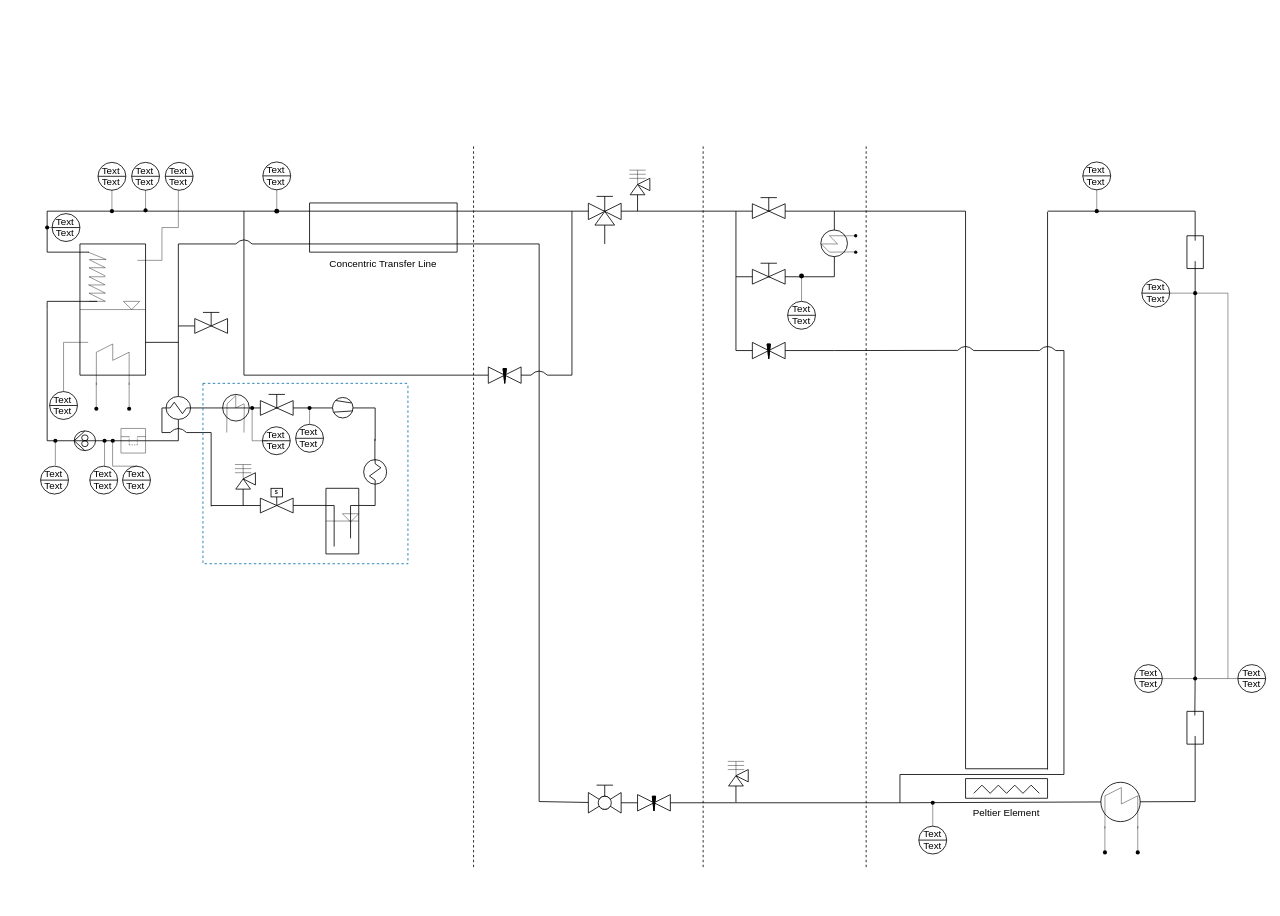
PK-4EDU/PID keeps this draw.io diagram as MIRA.drawio. Above is the earlier version. Source tidied: cells renumbered, new cells numbered last; positions are measured from the earlier drawing's top-left corner, leaving out a move shared by most shapes. Both pictures are drawn from the tidied source at 82%, with x=0, y=0 at pixel (14, 14).
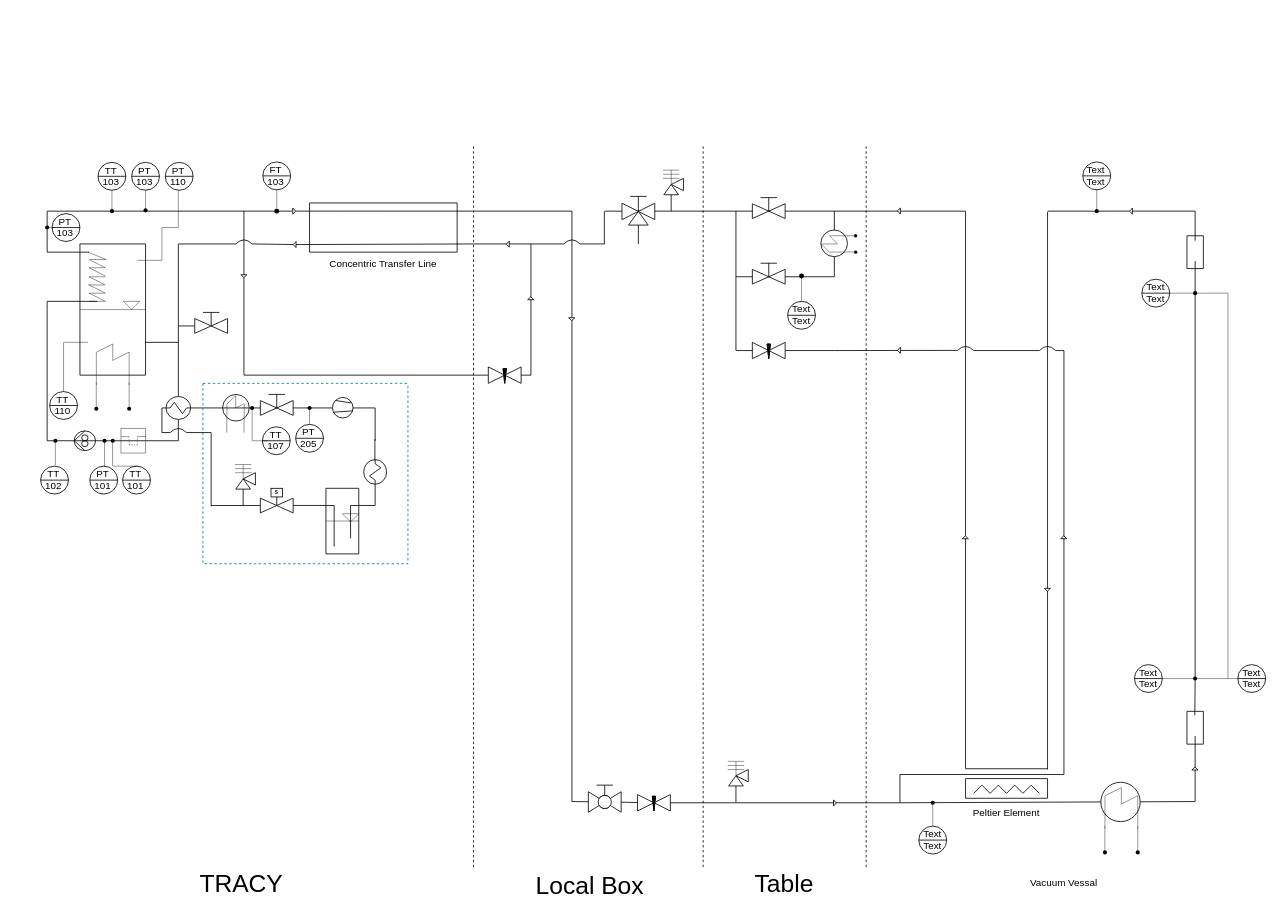
After the change.

The change refers to these unchanged cells:
```xml
<mxCell id="116" style="shape=waypoint;sketch=0;fillStyle=solid;size=6;points=[];fillColor=none;perimeter=centerPerimeter;snapToPoint=1;" parent="1" vertex="1">
  <mxGeometry x="310" y="230" width="20" height="20" as="geometry" />
</mxCell>
<mxCell id="285" style="shape=waypoint;sketch=0;fillStyle=solid;size=6;points=[];fillColor=none;perimeter=centerPerimeter;snapToPoint=1;strokeWidth=0.5;" parent="1" vertex="1">
  <mxGeometry x="1310" y="230" width="20" height="20" as="geometry" />
</mxCell>
```

Change to the diagram source:
```diff
@@
-    <mxCell id="11" style="endArrow=none;html=1;rounded=0;" parent="1" edge="1">
-      <mxGeometry relative="1" as="geometry">
-        <mxPoint x="680" y="440" as="sourcePoint" />
-        <mxPoint x="680" y="240" as="targetPoint" />
-      </mxGeometry>
-    </mxCell>
-    <mxCell id="12" style="endArrow=none;html=1;rounded=0;" parent="1" edge="1">
-      <mxGeometry relative="1" as="geometry">
-        <mxPoint x="650" y="440" as="sourcePoint" />
-        <mxPoint x="680" y="440" as="targetPoint" />
-      </mxGeometry>
-    </mxCell>
@@
     <mxCell id="14" style="endArrow=none;html=1;rounded=0;" parent="1" edge="1" target="43">
       <mxGeometry relative="1" as="geometry">
-        <mxPoint x="720" y="280" as="sourcePoint" />
+        <mxPoint x="761" y="280" as="sourcePoint" />
       </mxGeometry>
     </mxCell>
     <mxCell id="15" style="verticalLabelPosition=bottom;align=center;html=1;verticalAlign=top;dashed=0;shape=mxgraph.pid2valves.valve;valveType=angle;actuator=none;" parent="1" vertex="1">
-      <mxGeometry x="745" y="200" width="30" height="20" as="geometry" />
+      <mxGeometry x="786" y="200" width="30" height="20" as="geometry" />
     </mxCell>
     <mxCell id="16" style="endArrow=none;html=1;rounded=0;" parent="1" edge="1">
       <mxGeometry relative="1" as="geometry">
-        <mxPoint x="760" y="220" as="sourcePoint" />
-        <mxPoint x="760" y="240" as="targetPoint" />
+        <mxPoint x="801" y="220" as="sourcePoint" />
+        <mxPoint x="801" y="240" as="targetPoint" />
       </mxGeometry>
     </mxCell>
     <mxCell id="17" style="endArrow=none;html=1;rounded=0;exitX=0.504;exitY=0.353;exitDx=0;exitDy=0;exitPerimeter=0;strokeWidth=0.5;" parent="1" edge="1" source="15">
       <mxGeometry relative="1" as="geometry">
-        <mxPoint x="760" y="190" as="targetPoint" />
+        <mxPoint x="801" y="190" as="targetPoint" />
       </mxGeometry>
     </mxCell>
     <mxCell id="18" style="endArrow=none;html=1;rounded=0;strokeWidth=0.5;" parent="1" edge="1">
       <mxGeometry relative="1" as="geometry">
-        <mxPoint x="750" y="190" as="sourcePoint" />
-        <mxPoint x="770" y="190" as="targetPoint" />
+        <mxPoint x="791" y="190" as="sourcePoint" />
+        <mxPoint x="811" y="190" as="targetPoint" />
       </mxGeometry>
     </mxCell>
     <mxCell id="19" style="endArrow=none;html=1;rounded=0;strokeWidth=0.5;" parent="1" edge="1">
       <mxGeometry relative="1" as="geometry">
-        <mxPoint x="750" y="200" as="sourcePoint" />
-        <mxPoint x="770" y="200" as="targetPoint" />
+        <mxPoint x="791" y="200" as="sourcePoint" />
+        <mxPoint x="811" y="200" as="targetPoint" />
       </mxGeometry>
     </mxCell>
     <mxCell id="20" style="endArrow=none;html=1;rounded=0;strokeWidth=0.5;" parent="1" edge="1">
       <mxGeometry relative="1" as="geometry">
-        <mxPoint x="750" y="195" as="sourcePoint" />
-        <mxPoint x="770" y="195" as="targetPoint" />
+        <mxPoint x="791" y="195" as="sourcePoint" />
+        <mxPoint x="811" y="195" as="targetPoint" />
       </mxGeometry>
     </mxCell>
     <mxCell id="21" style="endArrow=none;html=1;rounded=0;" parent="1" edge="1">
       <mxGeometry relative="1" as="geometry">
         <mxPoint x="560" y="280" as="sourcePoint" />
-        <mxPoint x="640" y="280" as="targetPoint" />
+        <mxPoint x="670" y="280" as="targetPoint" />
       </mxGeometry>
     </mxCell>
-    <mxCell id="22" style="endArrow=none;html=1;rounded=0;" parent="1" edge="1">
-      <mxGeometry relative="1" as="geometry">
-        <mxPoint x="640" y="280" as="sourcePoint" />
-        <mxPoint x="640" y="960" as="targetPoint" />
-      </mxGeometry>
-    </mxCell>
     <mxCell id="23" style="endArrow=none;html=1;rounded=0;" parent="1" edge="1" target="24">
       <mxGeometry relative="1" as="geometry">
-        <mxPoint x="640" y="960" as="sourcePoint" />
+        <mxPoint x="680" y="960" as="sourcePoint" />
       </mxGeometry>
     </mxCell>
     <mxCell id="24" style="verticalLabelPosition=bottom;align=center;html=1;verticalAlign=top;dashed=0;shape=mxgraph.pid2valves.valve;valveType=ball;" parent="1" vertex="1">
-      <mxGeometry x="700" y="949" width="40" height="25" as="geometry" />
+      <mxGeometry x="700" y="948" width="40" height="25" as="geometry" />
     </mxCell>
@@
-    <mxCell id="41" style="endArrow=none;html=1;rounded=0;" parent="1" edge="1" source="116">
+    <mxCell id="41" style="endArrow=none;html=1;rounded=0;" parent="1" edge="1" source="294">
       <mxGeometry relative="1" as="geometry">
         <mxPoint x="680" y="240" as="targetPoint" />
       </mxGeometry>
     </mxCell>
     <mxCell id="42" style="endArrow=none;html=1;rounded=0;" parent="1" edge="1">
       <mxGeometry relative="1" as="geometry">
-        <mxPoint x="680" y="240" as="sourcePoint" />
+        <mxPoint x="720" y="240" as="sourcePoint" />
         <mxPoint x="880" y="240" as="targetPoint" />
       </mxGeometry>
     </mxCell>
     <mxCell id="43" style="verticalLabelPosition=bottom;align=center;html=1;verticalAlign=top;dashed=0;shape=mxgraph.pid2valves.valve;valveType=threeWay;actuator=man;" parent="1" vertex="1">
-      <mxGeometry x="700" y="217" width="40" height="40" as="geometry" />
+      <mxGeometry x="741" y="217" width="40" height="40" as="geometry" />
     </mxCell>
@@
-    <mxCell id="85" style="endArrow=none;html=1;rounded=0;" parent="1" edge="1" source="285">
+    <mxCell id="85" style="endArrow=none;html=1;rounded=0;" parent="1" edge="1" source="314">
       <mxGeometry relative="1" as="geometry">
         <mxPoint x="1440" y="240" as="targetPoint" />
       </mxGeometry>
     </mxCell>
@@
-    <mxCell id="108" style="curved=1;endArrow=none;html=1;rounded=0;startFill=0;" parent="1" edge="1">
-      <mxGeometry relative="1" as="geometry">
-        <mxPoint x="650" y="440" as="sourcePoint" />
-        <mxPoint x="630" y="440" as="targetPoint" />
-        <Array as="points">
-          <mxPoint x="640" y="430" />
-        </Array>
-      </mxGeometry>
-    </mxCell>
@@
-    <mxCell id="111" style="endArrow=none;html=1;rounded=0;" parent="1" edge="1">
+    <mxCell id="111" style="endArrow=none;html=1;rounded=0;" parent="1" edge="1" source="296">
       <mxGeometry relative="1" as="geometry">
-        <mxPoint x="560" y="280" as="sourcePoint" />
         <mxPoint x="290" y="280" as="targetPoint" />
       </mxGeometry>
     </mxCell>
@@
-    <mxCell id="119" value="Text" style="text;strokeColor=none;align=center;fillColor=none;html=1;verticalAlign=middle;whiteSpace=wrap;rounded=0;" parent="1" vertex="1">
+    <mxCell id="119" value="FT" style="text;strokeColor=none;align=center;fillColor=none;html=1;verticalAlign=middle;whiteSpace=wrap;rounded=0;" parent="1" vertex="1">
       <mxGeometry x="304" y="180" width="30" height="20" as="geometry" />
     </mxCell>
-    <mxCell id="120" value="Text" style="text;strokeColor=none;align=center;fillColor=none;html=1;verticalAlign=middle;whiteSpace=wrap;rounded=0;" parent="1" vertex="1">
+    <mxCell id="120" value="103" style="text;strokeColor=none;align=center;fillColor=none;html=1;verticalAlign=middle;whiteSpace=wrap;rounded=0;" parent="1" vertex="1">
       <mxGeometry x="304" y="194" width="30" height="20" as="geometry" />
     </mxCell>
@@
-    <mxCell id="125" value="Text" style="text;strokeColor=none;align=center;fillColor=none;html=1;verticalAlign=middle;whiteSpace=wrap;rounded=0;" parent="1" vertex="1">
+    <mxCell id="125" value="PT" style="text;strokeColor=none;align=center;fillColor=none;html=1;verticalAlign=middle;whiteSpace=wrap;rounded=0;" parent="1" vertex="1">
       <mxGeometry x="144" y="180.5" width="30" height="20" as="geometry" />
     </mxCell>
-    <mxCell id="126" value="Text" style="text;strokeColor=none;align=center;fillColor=none;html=1;verticalAlign=middle;whiteSpace=wrap;rounded=0;" parent="1" vertex="1">
+    <mxCell id="126" value="103" style="text;strokeColor=none;align=center;fillColor=none;html=1;verticalAlign=middle;whiteSpace=wrap;rounded=0;" parent="1" vertex="1">
       <mxGeometry x="144" y="194.5" width="30" height="20" as="geometry" />
     </mxCell>
@@
-    <mxCell id="129" value="Text" style="text;strokeColor=none;align=center;fillColor=none;html=1;verticalAlign=middle;whiteSpace=wrap;rounded=0;" parent="1" vertex="1">
+    <mxCell id="129" value="TT" style="text;strokeColor=none;align=center;fillColor=none;html=1;verticalAlign=middle;whiteSpace=wrap;rounded=0;" parent="1" vertex="1">
       <mxGeometry x="103" y="180.5" width="30" height="20" as="geometry" />
     </mxCell>
-    <mxCell id="130" value="Text" style="text;strokeColor=none;align=center;fillColor=none;html=1;verticalAlign=middle;whiteSpace=wrap;rounded=0;" parent="1" vertex="1">
+    <mxCell id="130" value="103" style="text;strokeColor=none;align=center;fillColor=none;html=1;verticalAlign=middle;whiteSpace=wrap;rounded=0;" parent="1" vertex="1">
       <mxGeometry x="103" y="194.5" width="30" height="20" as="geometry" />
     </mxCell>
@@
-    <mxCell id="185" value="Text" style="text;strokeColor=none;align=center;fillColor=none;html=1;verticalAlign=middle;whiteSpace=wrap;rounded=0;" parent="1" vertex="1">
+    <mxCell id="185" value="PT" style="text;strokeColor=none;align=center;fillColor=none;html=1;verticalAlign=middle;whiteSpace=wrap;rounded=0;" parent="1" vertex="1">
       <mxGeometry x="47" y="243" width="30" height="20" as="geometry" />
     </mxCell>
-    <mxCell id="186" value="Text" style="text;strokeColor=none;align=center;fillColor=none;html=1;verticalAlign=middle;whiteSpace=wrap;rounded=0;" parent="1" vertex="1">
+    <mxCell id="186" value="103" style="text;strokeColor=none;align=center;fillColor=none;html=1;verticalAlign=middle;whiteSpace=wrap;rounded=0;" parent="1" vertex="1">
       <mxGeometry x="47" y="257" width="30" height="20" as="geometry" />
     </mxCell>
@@
-    <mxCell id="188" value="Text" style="text;strokeColor=none;align=center;fillColor=none;html=1;verticalAlign=middle;whiteSpace=wrap;rounded=0;" parent="1" vertex="1">
+    <mxCell id="188" value="PT" style="text;strokeColor=none;align=center;fillColor=none;html=1;verticalAlign=middle;whiteSpace=wrap;rounded=0;" parent="1" vertex="1">
       <mxGeometry x="185" y="180.5" width="30" height="20" as="geometry" />
     </mxCell>
-    <mxCell id="189" value="Text" style="text;strokeColor=none;align=center;fillColor=none;html=1;verticalAlign=middle;whiteSpace=wrap;rounded=0;" parent="1" vertex="1">
+    <mxCell id="189" value="110" style="text;strokeColor=none;align=center;fillColor=none;html=1;verticalAlign=middle;whiteSpace=wrap;rounded=0;" parent="1" vertex="1">
       <mxGeometry x="185" y="194.5" width="30" height="20" as="geometry" />
     </mxCell>
@@
-    <mxCell id="191" value="Text" style="text;strokeColor=none;align=center;fillColor=none;html=1;verticalAlign=middle;whiteSpace=wrap;rounded=0;" parent="1" vertex="1">
+    <mxCell id="191" value="TT" style="text;strokeColor=none;align=center;fillColor=none;html=1;verticalAlign=middle;whiteSpace=wrap;rounded=0;" parent="1" vertex="1">
       <mxGeometry x="44" y="460" width="30" height="20" as="geometry" />
     </mxCell>
-    <mxCell id="192" value="Text" style="text;strokeColor=none;align=center;fillColor=none;html=1;verticalAlign=middle;whiteSpace=wrap;rounded=0;" parent="1" vertex="1">
+    <mxCell id="192" value="110" style="text;strokeColor=none;align=center;fillColor=none;html=1;verticalAlign=middle;whiteSpace=wrap;rounded=0;" parent="1" vertex="1">
       <mxGeometry x="44" y="474" width="30" height="20" as="geometry" />
     </mxCell>
@@
-    <mxCell id="207" value="Text" style="text;strokeColor=none;align=center;fillColor=none;html=1;verticalAlign=middle;whiteSpace=wrap;rounded=0;" parent="1" vertex="1">
+    <mxCell id="207" value="TT" style="text;strokeColor=none;align=center;fillColor=none;html=1;verticalAlign=middle;whiteSpace=wrap;rounded=0;" parent="1" vertex="1">
       <mxGeometry x="33" y="551" width="30" height="20" as="geometry" />
     </mxCell>
-    <mxCell id="208" value="Text" style="text;strokeColor=none;align=center;fillColor=none;html=1;verticalAlign=middle;whiteSpace=wrap;rounded=0;" parent="1" vertex="1">
+    <mxCell id="208" value="102" style="text;strokeColor=none;align=center;fillColor=none;html=1;verticalAlign=middle;whiteSpace=wrap;rounded=0;" parent="1" vertex="1">
       <mxGeometry x="33" y="565" width="30" height="20" as="geometry" />
     </mxCell>
@@
-    <mxCell id="210" value="Text" style="text;strokeColor=none;align=center;fillColor=none;html=1;verticalAlign=middle;whiteSpace=wrap;rounded=0;" parent="1" vertex="1">
+    <mxCell id="210" value="PT" style="text;strokeColor=none;align=center;fillColor=none;html=1;verticalAlign=middle;whiteSpace=wrap;rounded=0;" parent="1" vertex="1">
       <mxGeometry x="93" y="551" width="30" height="20" as="geometry" />
     </mxCell>
-    <mxCell id="211" value="Text" style="text;strokeColor=none;align=center;fillColor=none;html=1;verticalAlign=middle;whiteSpace=wrap;rounded=0;" parent="1" vertex="1">
+    <mxCell id="211" value="101" style="text;strokeColor=none;align=center;fillColor=none;html=1;verticalAlign=middle;whiteSpace=wrap;rounded=0;" parent="1" vertex="1">
       <mxGeometry x="93" y="565" width="30" height="20" as="geometry" />
     </mxCell>
@@
-    <mxCell id="213" value="Text" style="text;strokeColor=none;align=center;fillColor=none;html=1;verticalAlign=middle;whiteSpace=wrap;rounded=0;" parent="1" vertex="1">
+    <mxCell id="213" value="TT" style="text;strokeColor=none;align=center;fillColor=none;html=1;verticalAlign=middle;whiteSpace=wrap;rounded=0;" parent="1" vertex="1">
       <mxGeometry x="133" y="551" width="30" height="20" as="geometry" />
     </mxCell>
-    <mxCell id="214" value="Text" style="text;strokeColor=none;align=center;fillColor=none;html=1;verticalAlign=middle;whiteSpace=wrap;rounded=0;" parent="1" vertex="1">
+    <mxCell id="214" value="&lt;div&gt;101&lt;/div&gt;" style="text;strokeColor=none;align=center;fillColor=none;html=1;verticalAlign=middle;whiteSpace=wrap;rounded=0;" parent="1" vertex="1">
       <mxGeometry x="133" y="565" width="30" height="20" as="geometry" />
     </mxCell>
@@
-    <mxCell id="260" value="Text" style="text;strokeColor=none;align=center;fillColor=none;html=1;verticalAlign=middle;whiteSpace=wrap;rounded=0;" parent="1" vertex="1">
+    <mxCell id="260" value="TT" style="text;strokeColor=none;align=center;fillColor=none;html=1;verticalAlign=middle;whiteSpace=wrap;rounded=0;" parent="1" vertex="1">
       <mxGeometry x="303.5" y="503" width="30" height="20" as="geometry" />
     </mxCell>
-    <mxCell id="261" value="Text" style="text;strokeColor=none;align=center;fillColor=none;html=1;verticalAlign=middle;whiteSpace=wrap;rounded=0;" parent="1" vertex="1">
+    <mxCell id="261" value="107" style="text;strokeColor=none;align=center;fillColor=none;html=1;verticalAlign=middle;whiteSpace=wrap;rounded=0;" parent="1" vertex="1">
       <mxGeometry x="303.5" y="517" width="30" height="20" as="geometry" />
     </mxCell>
@@
-    <mxCell id="263" value="Text" style="text;strokeColor=none;align=center;fillColor=none;html=1;verticalAlign=middle;whiteSpace=wrap;rounded=0;" parent="1" vertex="1">
+    <mxCell id="263" value="PT" style="text;strokeColor=none;align=center;fillColor=none;html=1;verticalAlign=middle;whiteSpace=wrap;rounded=0;" parent="1" vertex="1">
       <mxGeometry x="344" y="500" width="30" height="20" as="geometry" />
     </mxCell>
-    <mxCell id="264" value="Text" style="text;strokeColor=none;align=center;fillColor=none;html=1;verticalAlign=middle;whiteSpace=wrap;rounded=0;" parent="1" vertex="1">
+    <mxCell id="264" value="205" style="text;strokeColor=none;align=center;fillColor=none;html=1;verticalAlign=middle;whiteSpace=wrap;rounded=0;" parent="1" vertex="1">
       <mxGeometry x="344" y="514" width="30" height="20" as="geometry" />
     </mxCell>
@@
+    <mxCell id="293" style="endArrow=none;html=1;rounded=0;" parent="1" edge="1" source="116" target="294">
+      <mxGeometry relative="1" as="geometry" />
+    </mxCell>
+    <mxCell id="294" style="triangle;whiteSpace=wrap;html=1;fillColor=light-dark(#FFFFFF,#FFFFFF);" parent="1" vertex="1">
+      <mxGeometry x="339.5" y="236.2" width="3.5" height="7.5" as="geometry" />
+    </mxCell>
+    <mxCell id="295" style="endArrow=none;html=1;rounded=0;" parent="1" edge="1" target="296">
+      <mxGeometry relative="1" as="geometry">
+        <mxPoint x="560" y="280" as="sourcePoint" />
+      </mxGeometry>
+    </mxCell>
+    <mxCell id="296" style="triangle;whiteSpace=wrap;html=1;fillColor=light-dark(#FFFFFF,#FFFFFF);rotation=-180;" parent="1" vertex="1">
+      <mxGeometry x="340" y="277" width="3.5" height="7.5" as="geometry" />
+    </mxCell>
+    <mxCell id="297" style="triangle;whiteSpace=wrap;html=1;fillColor=light-dark(#FFFFFF,#FFFFFF);rotation=90;" parent="1" vertex="1">
+      <mxGeometry x="278.2" y="315.5" width="3.5" height="7.5" as="geometry" />
+    </mxCell>
+    <mxCell id="298" style="endArrow=none;html=1;rounded=0;" parent="1" edge="1">
+      <mxGeometry relative="1" as="geometry">
+        <mxPoint x="719.5" y="280" as="sourcePoint" />
+        <mxPoint x="719.5" y="240" as="targetPoint" />
+      </mxGeometry>
+    </mxCell>
+    <mxCell id="299" style="curved=1;endArrow=none;html=1;rounded=0;startFill=0;" parent="1" edge="1">
+      <mxGeometry relative="1" as="geometry">
+        <mxPoint x="690" y="280" as="sourcePoint" />
+        <mxPoint x="670" y="280" as="targetPoint" />
+        <Array as="points">
+          <mxPoint x="680" y="270" />
+        </Array>
+      </mxGeometry>
+    </mxCell>
+    <mxCell id="300" style="endArrow=none;html=1;rounded=0;" parent="1" edge="1">
+      <mxGeometry relative="1" as="geometry">
+        <mxPoint x="690" y="280" as="sourcePoint" />
+        <mxPoint x="720" y="280" as="targetPoint" />
+      </mxGeometry>
+    </mxCell>
+    <mxCell id="301" style="endArrow=none;html=1;rounded=0;" parent="1" edge="1">
+      <mxGeometry relative="1" as="geometry">
+        <mxPoint x="680" y="960" as="sourcePoint" />
+        <mxPoint x="680" y="240" as="targetPoint" />
+      </mxGeometry>
+    </mxCell>
+    <mxCell id="302" style="endArrow=none;html=1;rounded=0;" parent="1" edge="1">
+      <mxGeometry relative="1" as="geometry">
+        <mxPoint x="630" y="440" as="sourcePoint" />
+        <mxPoint x="630" y="280" as="targetPoint" />
+      </mxGeometry>
+    </mxCell>
+    <mxCell id="303" style="triangle;whiteSpace=wrap;html=1;fillColor=light-dark(#FFFFFF,#FFFFFF);rotation=-90;" parent="1" vertex="1">
+      <mxGeometry x="628" y="342.5" width="3.5" height="7.5" as="geometry" />
+    </mxCell>
+    <mxCell id="304" style="triangle;whiteSpace=wrap;html=1;fillColor=light-dark(#FFFFFF,#FFFFFF);rotation=-180;" parent="1" vertex="1">
+      <mxGeometry x="600" y="276.5" width="3.5" height="7.5" as="geometry" />
+    </mxCell>
+    <mxCell id="305" style="triangle;whiteSpace=wrap;html=1;fillColor=light-dark(#FFFFFF,#FFFFFF);rotation=90;" parent="1" vertex="1">
+      <mxGeometry x="678" y="368" width="3.5" height="7.5" as="geometry" />
+    </mxCell>
+    <mxCell id="306" style="triangle;whiteSpace=wrap;html=1;fillColor=light-dark(#FFFFFF,#FFFFFF);" parent="1" vertex="1">
+      <mxGeometry x="999" y="958" width="3.5" height="7.5" as="geometry" />
+    </mxCell>
+    <mxCell id="307" style="triangle;whiteSpace=wrap;html=1;fillColor=light-dark(#FFFFFF,#FFFFFF);rotation=-90;" parent="1" vertex="1">
+      <mxGeometry x="1278" y="634" width="3.5" height="7.5" as="geometry" />
+    </mxCell>
+    <mxCell id="308" style="triangle;whiteSpace=wrap;html=1;fillColor=light-dark(#FFFFFF,#FFFFFF);rotation=-90;" parent="1" vertex="1">
+      <mxGeometry x="1158" y="634" width="3.5" height="7.5" as="geometry" />
+    </mxCell>
+    <mxCell id="309" style="triangle;whiteSpace=wrap;html=1;fillColor=light-dark(#FFFFFF,#FFFFFF);rotation=90;" parent="1" vertex="1">
+      <mxGeometry x="1258" y="698" width="3.5" height="7.5" as="geometry" />
+    </mxCell>
+    <mxCell id="310" style="triangle;whiteSpace=wrap;html=1;fillColor=light-dark(#FFFFFF,#FFFFFF);rotation=-180;" parent="1" vertex="1">
+      <mxGeometry x="1077" y="406" width="3.5" height="7.5" as="geometry" />
+    </mxCell>
+    <mxCell id="311" style="triangle;whiteSpace=wrap;html=1;fillColor=light-dark(#FFFFFF,#FFFFFF);rotation=-180;" parent="1" vertex="1">
+      <mxGeometry x="1077" y="236" width="3.5" height="7.5" as="geometry" />
+    </mxCell>
+    <mxCell id="312" style="triangle;whiteSpace=wrap;html=1;fillColor=light-dark(#FFFFFF,#FFFFFF);rotation=-90;" parent="1" vertex="1">
+      <mxGeometry x="1438" y="916" width="3.5" height="7.5" as="geometry" />
+    </mxCell>
+    <mxCell id="313" style="endArrow=none;html=1;rounded=0;" parent="1" edge="1" source="285" target="314">
+      <mxGeometry relative="1" as="geometry" />
+    </mxCell>
+    <mxCell id="314" style="triangle;whiteSpace=wrap;html=1;fillColor=light-dark(#FFFFFF,#FFFFFF);rotation=-180;" parent="1" vertex="1">
+      <mxGeometry x="1360" y="236.2" width="3.5" height="7.5" as="geometry" />
+    </mxCell>
+    <mxCell id="315" value="&lt;font style=&quot;font-size: 30px;&quot;&gt;TRACY&lt;/font&gt;" style="text;strokeColor=none;align=center;fillColor=none;html=1;verticalAlign=middle;whiteSpace=wrap;rounded=0;" parent="1" vertex="1">
+      <mxGeometry x="217" y="1040" width="120" height="40" as="geometry" />
+    </mxCell>
+    <mxCell id="316" value="&lt;font style=&quot;font-size: 30px;&quot;&gt;Local Box&lt;/font&gt;" style="text;strokeColor=none;align=center;fillColor=none;html=1;verticalAlign=middle;whiteSpace=wrap;rounded=0;" parent="1" vertex="1">
+      <mxGeometry x="622" y="1042" width="160" height="40" as="geometry" />
+    </mxCell>
+    <mxCell id="317" value="&lt;font style=&quot;font-size: 30px;&quot;&gt;Table&lt;/font&gt;" style="text;strokeColor=none;align=center;fillColor=none;html=1;verticalAlign=middle;whiteSpace=wrap;rounded=0;" parent="1" vertex="1">
+      <mxGeometry x="879" y="1040" width="120" height="40" as="geometry" />
+    </mxCell>
+    <mxCell id="318" value="Vacuum Vessal" style="text;strokeColor=none;align=center;fillColor=none;html=1;verticalAlign=middle;whiteSpace=wrap;rounded=0;" parent="1" vertex="1">
+      <mxGeometry x="1220" y="1040" width="120" height="40" as="geometry" />
+    </mxCell>
```
